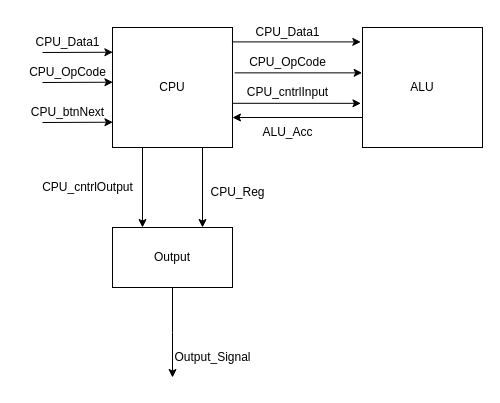
The draw.io diagram page "Simple Model" (2 of 2) of 03_CPUDiffState_Impl/CPU_StateDiagram.drawio in Vichu95/Basic_CPU_FPGA, before the edit. Source tidied: cells renumbered, new cells numbered last; positions are measured from the earlier drawing's top-left corner, leaving out a move shared by most shapes. Both pictures are drawn from the tidied source at 100%, with x=0, y=0 at pixel (17, 17).
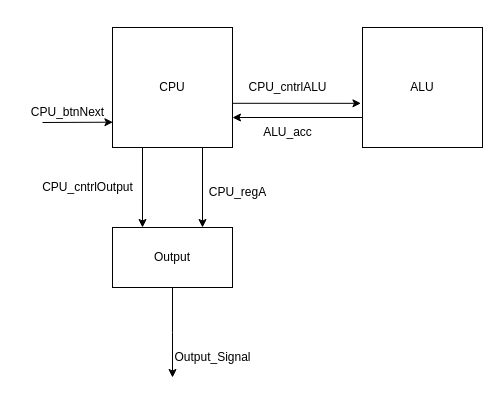
The same page after the edit.

Commit message:
made it simpller. no data or opcode

Unchanged cells that the change refers to:
```xml
<mxCell id="5" value="CPU" style="rounded=0;whiteSpace=wrap;html=1;" parent="1" vertex="1">
  <mxGeometry x="95" y="10" width="120" height="120" as="geometry" />
</mxCell>
<mxCell id="7" value="ALU" style="rounded=0;whiteSpace=wrap;html=1;" parent="1" vertex="1">
  <mxGeometry x="345" y="10" width="120" height="120" as="geometry" />
</mxCell>
```

Change to the diagram source:
```diff
@@
-    <mxCell id="11" value="CPU_Reg" style="text;html=1;align=center;verticalAlign=middle;strokeColor=none;fillColor=none;" parent="1" vertex="1">
+    <mxCell id="11" value="CPU_regA" style="text;html=1;align=center;verticalAlign=middle;strokeColor=none;fillColor=none;" parent="1" vertex="1">
       <mxGeometry x="180" y="160" width="80" height="30" as="geometry" />
     </mxCell>
@@
-    <mxCell id="13" value="CPU_cntrlInput" style="text;html=1;align=center;verticalAlign=middle;strokeColor=none;fillColor=none;" parent="1" vertex="1">
-      <mxGeometry x="220" y="60" width="100" height="30" as="geometry" />
+    <mxCell id="13" value="CPU_cntrlALU" style="text;html=1;align=center;verticalAlign=middle;strokeColor=none;fillColor=none;" parent="1" vertex="1">
+      <mxGeometry x="220" y="55" width="100" height="30" as="geometry" />
     </mxCell>
-    <mxCell id="14" value="ALU_Acc" style="text;html=1;align=center;verticalAlign=middle;strokeColor=none;fillColor=none;" parent="1" vertex="1">
+    <mxCell id="14" value="ALU_acc" style="text;html=1;align=center;verticalAlign=middle;strokeColor=none;fillColor=none;" parent="1" vertex="1">
       <mxGeometry x="235" y="100" width="70" height="30" as="geometry" />
     </mxCell>
-    <mxCell id="15" style="endArrow=classic;html=1;rounded=0;entryX=0.003;entryY=0.206;entryDx=0;entryDy=0;entryPerimeter=0;" parent="1" edge="1" target="5">
-      <mxGeometry relative="1" as="geometry">
-        <mxPoint x="25" y="35" as="sourcePoint" />
-      </mxGeometry>
-    </mxCell>
-    <mxCell id="16" value="CPU_Data1" style="text;html=1;align=center;verticalAlign=middle;strokeColor=none;fillColor=none;" parent="1" vertex="1">
-      <mxGeometry x="5" y="10" width="90" height="30" as="geometry" />
-    </mxCell>
-    <mxCell id="17" style="endArrow=classic;html=1;rounded=0;entryX=0.003;entryY=0.206;entryDx=0;entryDy=0;entryPerimeter=0;" parent="1" edge="1">
-      <mxGeometry relative="1" as="geometry">
-        <mxPoint x="25" y="65" as="sourcePoint" />
-        <mxPoint x="95.4" y="64.7" as="targetPoint" />
-      </mxGeometry>
-    </mxCell>
-    <mxCell id="18" value="CPU_OpCode" style="text;html=1;align=center;verticalAlign=middle;strokeColor=none;fillColor=none;" parent="1" vertex="1">
-      <mxGeometry y="40" width="100" height="30" as="geometry" />
-    </mxCell>
@@
-    <mxCell id="21" style="endArrow=classic;html=1;rounded=0;entryX=-0.014;entryY=0.12;entryDx=0;entryDy=0;entryPerimeter=0;exitX=0.995;exitY=0.12;exitDx=0;exitDy=0;exitPerimeter=0;" parent="1" edge="1" source="5" target="7">
-      <mxGeometry relative="1" as="geometry" />
-    </mxCell>
-    <mxCell id="22" value="CPU_Data1" style="text;html=1;align=center;verticalAlign=middle;strokeColor=none;fillColor=none;" parent="1" vertex="1">
-      <mxGeometry x="225" width="90" height="30" as="geometry" />
-    </mxCell>
-    <mxCell id="23" style="endArrow=classic;html=1;rounded=0;entryX=-0.003;entryY=0.378;entryDx=0;entryDy=0;entryPerimeter=0;exitX=1.018;exitY=0.378;exitDx=0;exitDy=0;exitPerimeter=0;" parent="1" edge="1" source="5" target="7">
-      <mxGeometry relative="1" as="geometry" />
-    </mxCell>
-    <mxCell id="24" value="CPU_OpCode" style="text;html=1;align=center;verticalAlign=middle;strokeColor=none;fillColor=none;" parent="1" vertex="1">
-      <mxGeometry x="220" y="30" width="100" height="30" as="geometry" />
-    </mxCell>
```
